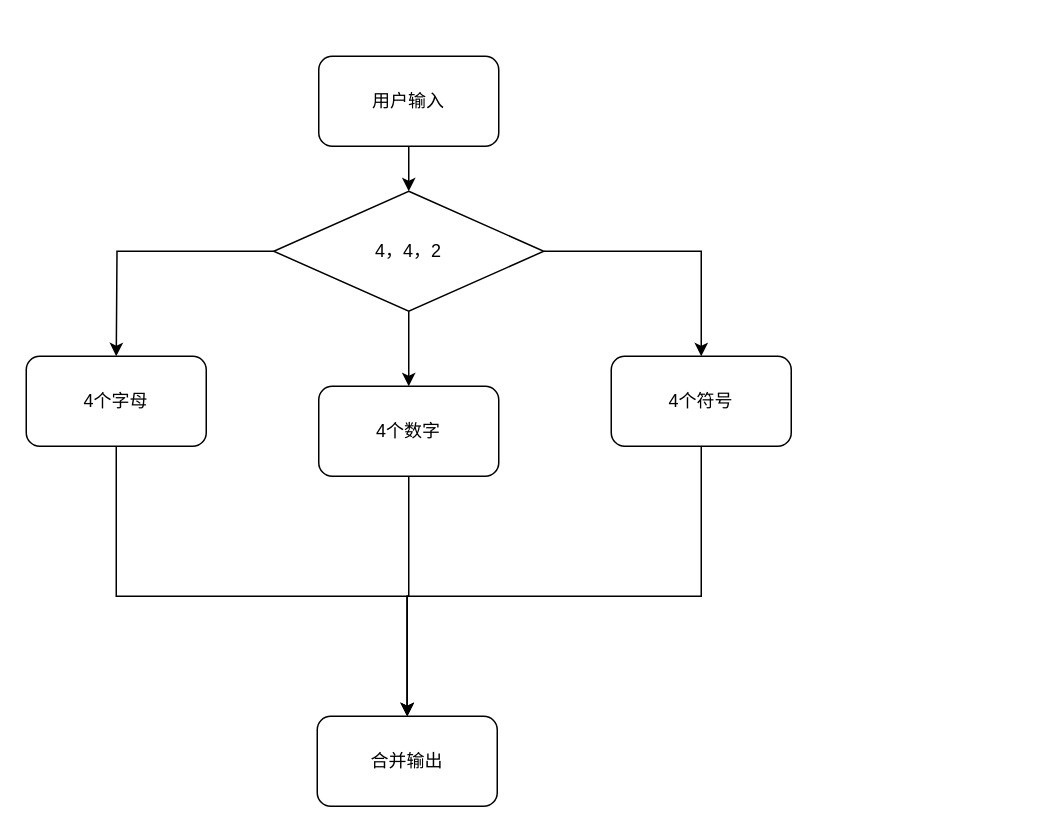
Above: 未命名绘图.drawio in Silly449/Python_Learning (draw.io), before the change. Source tidied: cells renumbered, new cells numbered last; positions are measured from the earlier drawing's top-left corner, leaving out a move shared by most shapes. Both pictures are drawn from the tidied source at 150%, with x=0, y=0 at pixel (26, 56).
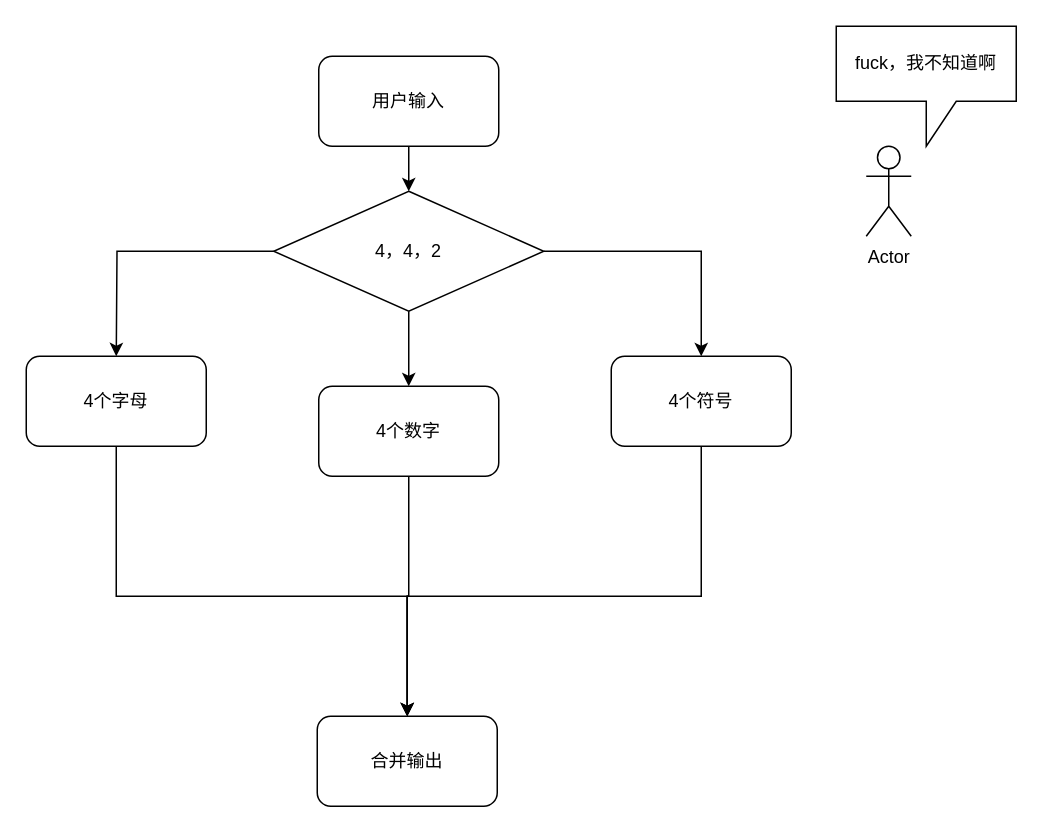
The same page after the edit.

Commit message:
更新未命名绘图.drawio

What changed in the source:
```diff
@@
+    <mxCell id="15" value="Actor" style="shape=umlActor;verticalLabelPosition=bottom;verticalAlign=top;html=1;" parent="1" vertex="1">
+      <mxGeometry x="560" y="60" width="30" height="60" as="geometry" />
+    </mxCell>
+    <mxCell id="16" value="fuck，我不知道啊" style="shape=callout;whiteSpace=wrap;html=1;perimeter=calloutPerimeter;" parent="1" vertex="1">
+      <mxGeometry x="540" y="-20" width="120" height="80" as="geometry" />
+    </mxCell>
```
